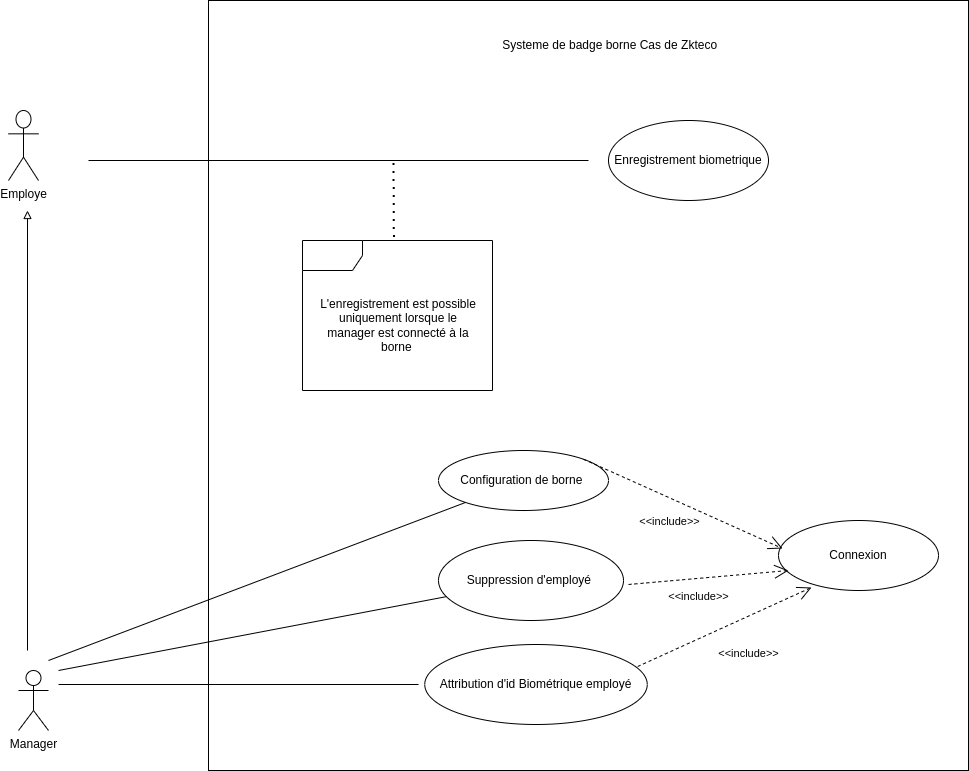
Above: static/UsecaseZkteco.drawio.png in Siluearsene/borne_biometrique (draw.io), before the change. Source tidied: cells renumbered, new cells last; positions are measured from the earlier drawing's top-left corner, leaving out a move shared by most shapes.
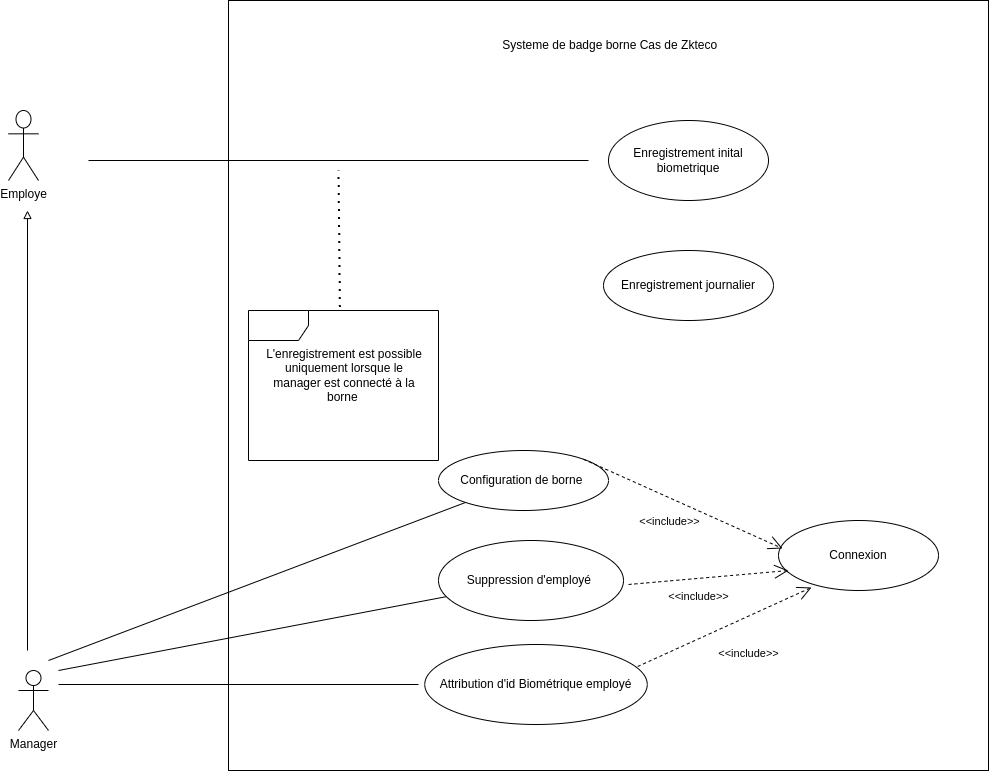
After the change.

Commit message:
Mettre à jour UsecaseZkteco.drawio.png

Diff of the diagram source:
```diff
@@ -9,7 +9,7 @@
       <mxGeometry x="10" y="670" width="30" height="60" as="geometry" />
     </mxCell>
     <mxCell id="4" style="rounded=0;whiteSpace=wrap;html=1;" parent="1" vertex="1">
-      <mxGeometry x="200" width="760" height="770" as="geometry" />
+      <mxGeometry x="220" width="760" height="770" as="geometry" />
     </mxCell>
     <mxCell id="5" value="Systeme de badge borne Cas de Zkteco&amp;nbsp;&amp;nbsp;" style="text;html=1;strokeColor=none;fillColor=none;align=center;verticalAlign=middle;whiteSpace=wrap;rounded=0;" parent="1" vertex="1">
       <mxGeometry x="480" y="30" width="250" height="30" as="geometry" />
@@ -26,7 +26,7 @@
     <mxCell id="8" value="Attribution d'id Biométrique employé" style="ellipse;whiteSpace=wrap;html=1;" parent="1" vertex="1">
       <mxGeometry x="416.2" y="644" width="222.5" height="80" as="geometry" />
     </mxCell>
-    <mxCell id="9" value="Enregistrement biometrique" style="ellipse;whiteSpace=wrap;html=1;" parent="1" vertex="1">
+    <mxCell id="9" value="Enregistrement inital biometrique" style="ellipse;whiteSpace=wrap;html=1;" parent="1" vertex="1">
       <mxGeometry x="600" y="120" width="160" height="80" as="geometry" />
     </mxCell>
     <mxCell id="10" value="Connexion" style="ellipse;whiteSpace=wrap;html=1;" parent="1" vertex="1">
@@ -52,13 +52,15 @@
       <mxGeometry x="80" y="156" width="500" height="8" as="geometry" />
     </mxCell>
     <mxCell id="16" style="shape=umlFrame;whiteSpace=wrap;html=1;" parent="1" vertex="1">
-      <mxGeometry x="294" y="240" width="190" height="150" as="geometry" />
+      <mxGeometry x="240" y="310" width="190" height="150" as="geometry" />
     </mxCell>
-    <mxCell id="17" style="endArrow=none;dashed=1;html=1;dashPattern=1 3;strokeWidth=2;rounded=0;entryX=0.61;entryY=0.625;entryDx=0;entryDy=0;entryPerimeter=0;exitX=0.481;exitY=-0.023;exitDx=0;exitDy=0;exitPerimeter=0;" parent="1" edge="1" source="16" target="15">
-      <mxGeometry relative="1" as="geometry" />
+    <mxCell id="17" style="endArrow=none;dashed=1;html=1;dashPattern=1 3;strokeWidth=2;rounded=0;exitX=0.481;exitY=-0.023;exitDx=0;exitDy=0;exitPerimeter=0;" parent="1" edge="1" source="16">
+      <mxGeometry relative="1" as="geometry">
+        <mxPoint x="330" y="170" as="targetPoint" />
+      </mxGeometry>
     </mxCell>
     <mxCell id="18" value="L'enregistrement est possible uniquement lorsque le manager est connecté à la borne&amp;nbsp;" style="text;html=1;strokeColor=none;fillColor=none;align=center;verticalAlign=middle;whiteSpace=wrap;rounded=0;" parent="1" vertex="1">
-      <mxGeometry x="310" y="270" width="160" height="110" as="geometry" />
+      <mxGeometry x="256.2" y="320" width="160" height="110" as="geometry" />
     </mxCell>
     <mxCell id="19" style="endArrow=open;endFill=1;endSize=12;html=1;rounded=0;exitX=1;exitY=0;exitDx=0;exitDy=0;entryX=0.025;entryY=0.4;entryDx=0;entryDy=0;entryPerimeter=0;dashed=1;" parent="1" edge="1" source="7" target="10">
       <mxGeometry relative="1" as="geometry" />
@@ -87,5 +89,8 @@
         <mxPoint x="-6" y="19" as="offset" />
       </mxGeometry>
     </mxCell>
+    <mxCell id="25" value="Enregistrement journalier" style="ellipse;whiteSpace=wrap;html=1;" parent="1" vertex="1">
+      <mxGeometry x="595" y="250" width="170" height="70" as="geometry" />
+    </mxCell>
   </root>
 </mxGraphModel>
```
